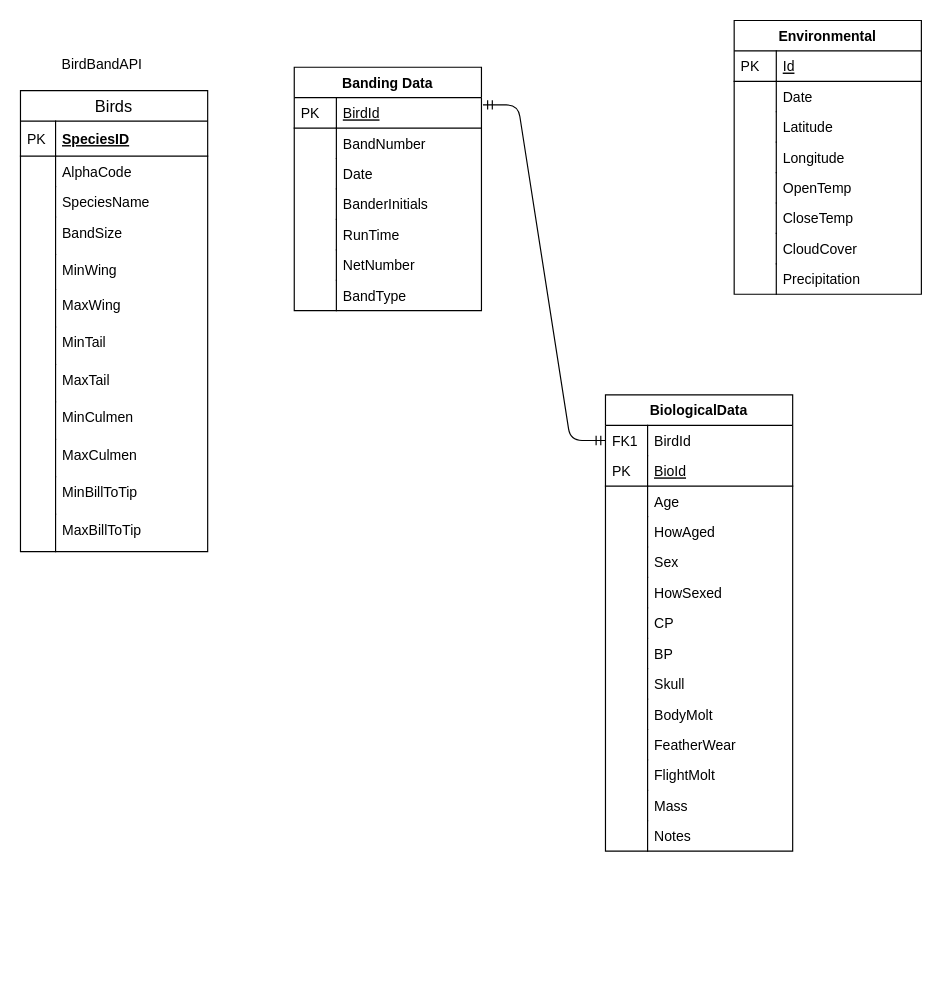
Earlier version of the draw.io diagram ERD.drawio (DMKiehl/BandTheBird). Source tidied: cells renumbered, new cells numbered last; positions are measured from the earlier drawing's top-left corner, leaving out a move shared by most shapes. Both pictures are drawn from the tidied source at 117%, with x=0, y=0 at pixel (20, 20).
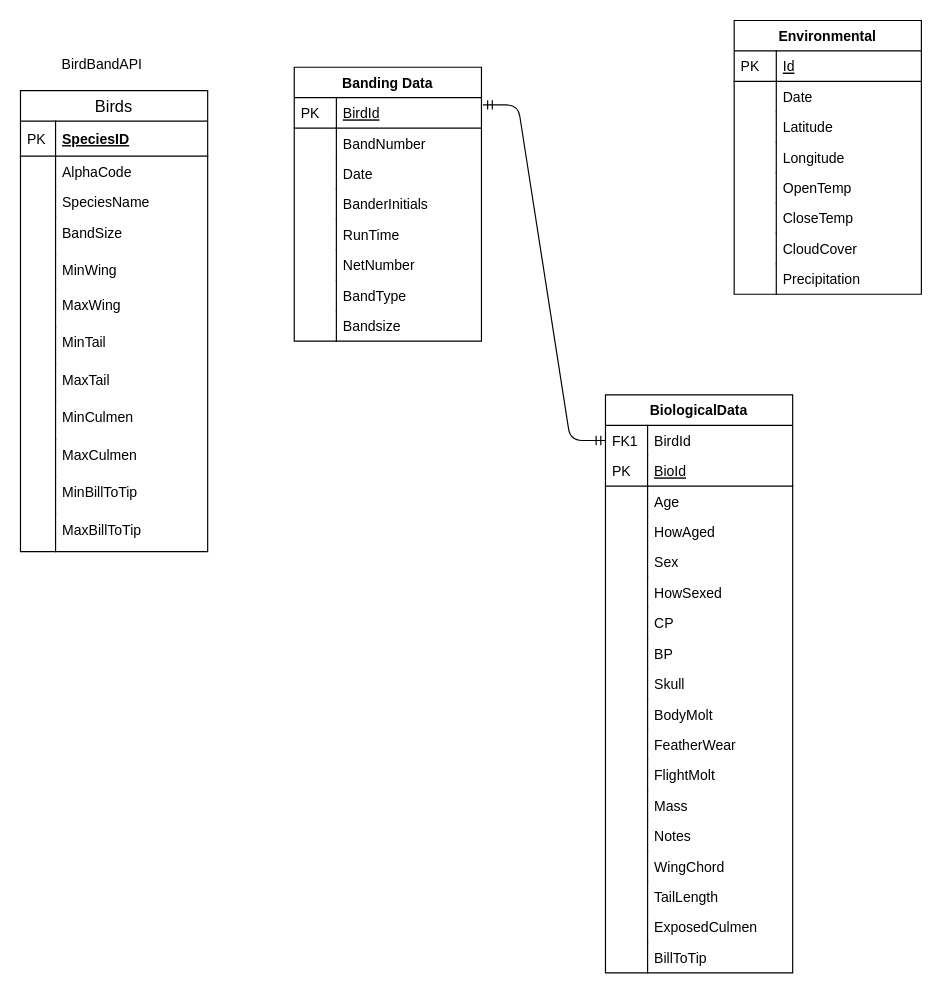
The same diagram, later.

Diff of the diagram source:
```diff
@@
     <mxCell id="28" value="Banding Data" style="swimlane;fontStyle=1;horizontal=1;startSize=26;rounded=0;shadow=0;strokeWidth=1;" parent="1" vertex="1">
-      <mxGeometry x="234" y="40" width="160" height="208" as="geometry" />
+      <mxGeometry x="234" y="40" width="160" height="234" as="geometry" />
     </mxCell>
@@
+    <mxCell id="90" value="Bandsize" style="shape=partialRectangle;top=0;left=0;right=0;bottom=0;align=left;verticalAlign=top;fillColor=none;spacingLeft=40;spacingRight=4;overflow=hidden;rounded=0;shadow=0;strokeWidth=1;" parent="28" vertex="1">
+      <mxGeometry y="208" width="160" height="26" as="geometry" />
+    </mxCell>
+    <mxCell id="91" style="shape=partialRectangle;top=0;left=0;bottom=0;fillColor=none;align=left;verticalAlign=top;spacingLeft=4;spacingRight=4;overflow=hidden;" parent="90" vertex="1">
+      <mxGeometry width="36" height="26" as="geometry" />
+    </mxCell>
@@
     <mxCell id="61" value="BiologicalData" style="swimlane;fontStyle=1;horizontal=1;startSize=26;rounded=0;shadow=0;strokeWidth=1;" parent="1" vertex="1">
-      <mxGeometry x="500" y="320" width="160" height="390" as="geometry" />
+      <mxGeometry x="500" y="320" width="160" height="494" as="geometry" />
     </mxCell>
@@
+    <mxCell id="92" value="WingChord" style="shape=partialRectangle;top=0;left=0;right=0;bottom=0;align=left;verticalAlign=top;fillColor=none;spacingLeft=40;spacingRight=4;overflow=hidden;rounded=0;shadow=0;strokeWidth=1;" parent="61" vertex="1">
+      <mxGeometry y="390" width="160" height="26" as="geometry" />
+    </mxCell>
+    <mxCell id="93" style="shape=partialRectangle;top=0;left=0;bottom=0;fillColor=none;align=left;verticalAlign=top;spacingLeft=4;spacingRight=4;overflow=hidden;" parent="92" vertex="1">
+      <mxGeometry width="36" height="26" as="geometry" />
+    </mxCell>
+    <mxCell id="94" value="TailLength" style="shape=partialRectangle;top=0;left=0;right=0;bottom=0;align=left;verticalAlign=top;fillColor=none;spacingLeft=40;spacingRight=4;overflow=hidden;rounded=0;shadow=0;strokeWidth=1;" parent="61" vertex="1">
+      <mxGeometry y="416" width="160" height="26" as="geometry" />
+    </mxCell>
+    <mxCell id="95" style="shape=partialRectangle;top=0;left=0;bottom=0;fillColor=none;align=left;verticalAlign=top;spacingLeft=4;spacingRight=4;overflow=hidden;" parent="94" vertex="1">
+      <mxGeometry width="36" height="26" as="geometry" />
+    </mxCell>
+    <mxCell id="96" value="ExposedCulmen" style="shape=partialRectangle;top=0;left=0;right=0;bottom=0;align=left;verticalAlign=top;fillColor=none;spacingLeft=40;spacingRight=4;overflow=hidden;rounded=0;shadow=0;strokeWidth=1;" parent="61" vertex="1">
+      <mxGeometry y="442" width="160" height="26" as="geometry" />
+    </mxCell>
+    <mxCell id="97" style="shape=partialRectangle;top=0;left=0;bottom=0;fillColor=none;align=left;verticalAlign=top;spacingLeft=4;spacingRight=4;overflow=hidden;" parent="96" vertex="1">
+      <mxGeometry width="36" height="26" as="geometry" />
+    </mxCell>
+    <mxCell id="98" value="BillToTip" style="shape=partialRectangle;top=0;left=0;right=0;bottom=0;align=left;verticalAlign=top;fillColor=none;spacingLeft=40;spacingRight=4;overflow=hidden;rounded=0;shadow=0;strokeWidth=1;" parent="61" vertex="1">
+      <mxGeometry y="468" width="160" height="26" as="geometry" />
+    </mxCell>
+    <mxCell id="99" style="shape=partialRectangle;top=0;left=0;bottom=0;fillColor=none;align=left;verticalAlign=top;spacingLeft=4;spacingRight=4;overflow=hidden;" parent="98" vertex="1">
+      <mxGeometry width="36" height="26" as="geometry" />
+    </mxCell>
```
